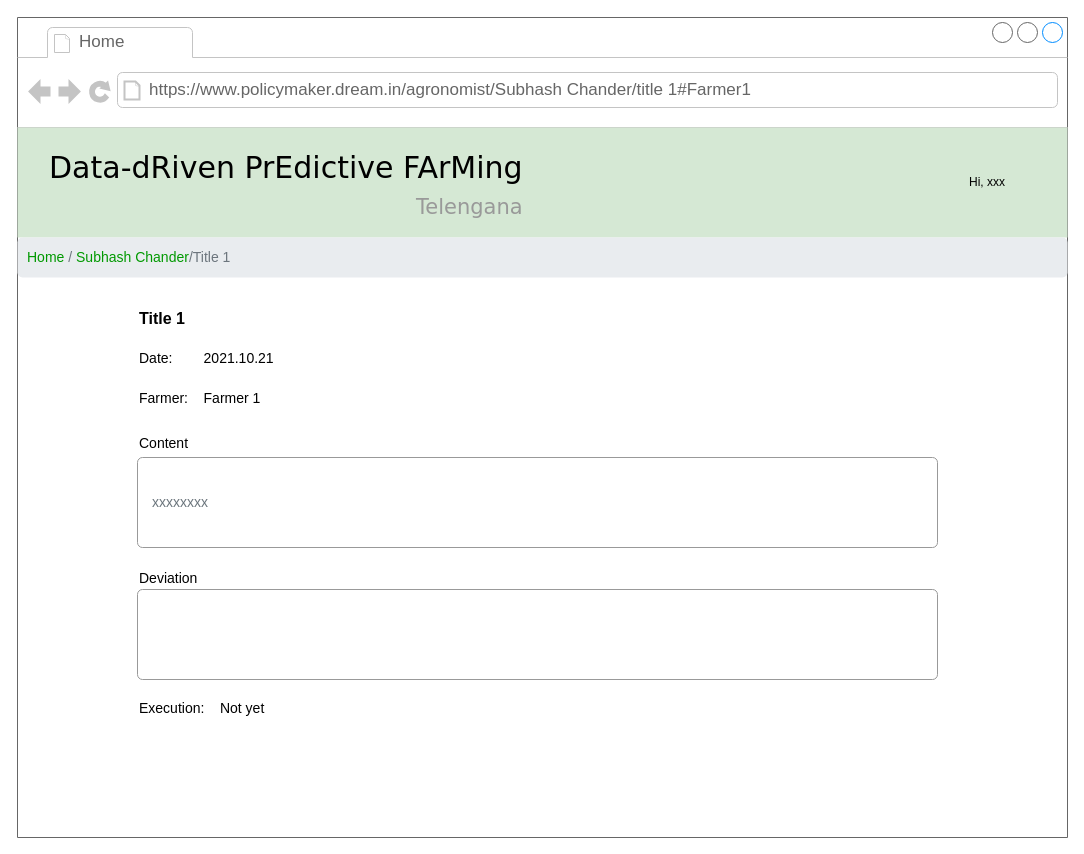
Above: page "pm-daily plan detail" (12 of 26) of RASD/diagrams/User Interface.drawio in ictar/DREAM-SE2-Project-2022 (draw.io), before the change. Source tidied: cells renumbered, new cells numbered last; positions are measured from the earlier drawing's top-left corner, leaving out a move shared by most shapes. Both pictures are drawn from the tidied source at 100%, with x=0, y=0 at pixel (17, 17).
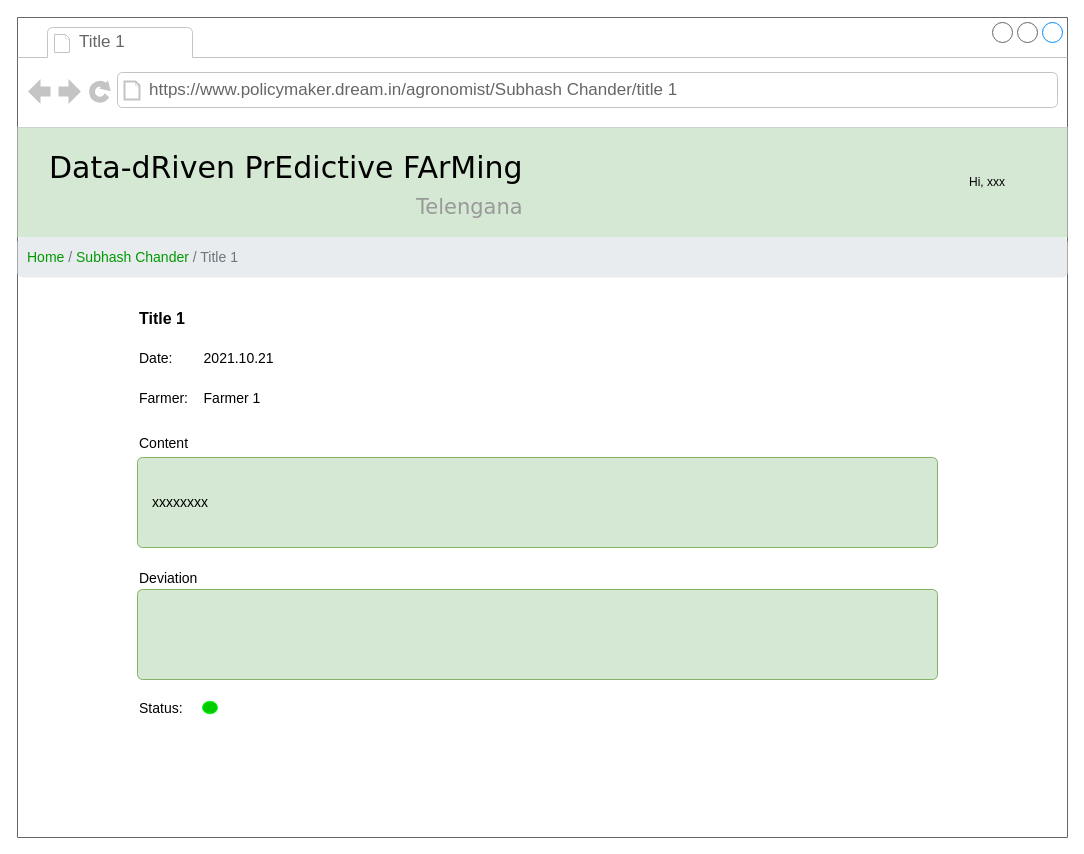
Above is the later version.

Diff of the diagram source:
```diff
@@
 <mxGraphModel background="#ffffff">
   <root>
     <mxCell id="0" />
     <mxCell id="1" parent="0" />
     <mxCell id="2" style="strokeWidth=1;shadow=0;dashed=0;align=center;html=1;shape=mxgraph.mockup.containers.browserWindow;rSize=0;strokeColor=none;mainText=,;rounded=0;labelBackgroundColor=none;fontFamily=Verdana;fontSize=12;" parent="1" vertex="1">
       <mxGeometry width="1050" height="820" as="geometry" />
     </mxCell>
-    <mxCell id="3" value="Home" style="strokeWidth=1;shadow=0;dashed=0;align=center;html=1;shape=mxgraph.mockup.containers.anchor;fontSize=17;fontColor=#666666;align=left;" parent="2" vertex="1">
+    <mxCell id="3" value="Title 1" style="strokeWidth=1;shadow=0;dashed=0;align=center;html=1;shape=mxgraph.mockup.containers.anchor;fontSize=17;fontColor=#666666;align=left;" parent="2" vertex="1">
       <mxGeometry x="60" y="12" width="110" height="26" as="geometry" />
     </mxCell>
-    <mxCell id="4" value="https://www.policymaker.dream.in/agronomist/Subhash Chander/title 1#Farmer1" style="strokeWidth=1;shadow=0;dashed=0;align=center;html=1;shape=mxgraph.mockup.containers.anchor;rSize=0;fontSize=17;fontColor=#666666;align=left;" parent="2" vertex="1">
+    <mxCell id="4" value="https://www.policymaker.dream.in/agronomist/Subhash Chander/title 1" style="strokeWidth=1;shadow=0;dashed=0;align=center;html=1;shape=mxgraph.mockup.containers.anchor;rSize=0;fontSize=17;fontColor=#666666;align=left;" parent="2" vertex="1">
       <mxGeometry x="130" y="60" width="250" height="26" as="geometry" />
     </mxCell>
     <mxCell id="5" value="Title 1" style="fillColor=none;strokeColor=none;align=left;fontSize=16;fontColor=#000000;fontStyle=1;" parent="2" vertex="1">
       <mxGeometry x="120" y="280" width="80" height="40" as="geometry" />
     </mxCell>
     <mxCell id="6" value="Content" style="fillColor=none;strokeColor=none;align=left;fontSize=14;fontColor=#000000;" parent="2" vertex="1">
       <mxGeometry width="260" height="40" relative="1" as="geometry">
         <mxPoint x="120" y="405" as="offset" />
       </mxGeometry>
     </mxCell>
     <mxCell id="7" value="Date:        2021.10.21" style="fillColor=none;strokeColor=none;align=left;fontSize=14;fontColor=#000000;" parent="2" vertex="1">
       <mxGeometry x="120" y="320" width="260" height="40" as="geometry" />
     </mxCell>
     <mxCell id="8" value="Farmer:    Farmer 1" style="fillColor=none;strokeColor=none;align=left;fontSize=14;fontColor=#000000;" parent="2" vertex="1">
       <mxGeometry x="120" y="360" width="260" height="40" as="geometry" />
     </mxCell>
-    <mxCell id="9" value="xxxxxxxx" style="html=1;shadow=0;dashed=0;shape=mxgraph.bootstrap.rrect;rSize=5;fillColor=none;strokeColor=#999999;align=left;spacing=15;fontSize=14;fontColor=#6C767D;" parent="2" vertex="1">
+    <mxCell id="9" value="xxxxxxxx" style="html=1;shadow=0;dashed=0;shape=mxgraph.bootstrap.rrect;rSize=5;fillColor=#d5e8d4;strokeColor=#82b366;align=left;spacing=15;fontSize=14;" parent="2" vertex="1">
       <mxGeometry x="120" y="440" width="800" height="90" as="geometry" />
     </mxCell>
     <mxCell id="10" value="Deviation" style="fillColor=none;strokeColor=none;align=left;fontSize=14;fontColor=#000000;" parent="2" vertex="1">
       <mxGeometry x="120" y="540" width="260" height="40" as="geometry" />
     </mxCell>
-    <mxCell id="11" style="html=1;shadow=0;dashed=0;shape=mxgraph.bootstrap.rrect;rSize=5;fillColor=none;strokeColor=#999999;align=left;spacing=15;fontSize=14;fontColor=#6C767D;" parent="2" vertex="1">
+    <mxCell id="11" style="html=1;shadow=0;dashed=0;shape=mxgraph.bootstrap.rrect;rSize=5;fillColor=#d5e8d4;strokeColor=#82b366;align=left;spacing=15;fontSize=14;" parent="2" vertex="1">
       <mxGeometry x="120" y="572" width="800" height="90" as="geometry" />
     </mxCell>
-    <mxCell id="12" value="Execution:    Not yet" style="fillColor=none;strokeColor=none;align=left;fontSize=14;fontColor=#000000;" parent="2" vertex="1">
+    <mxCell id="12" value="Status:   " style="fillColor=none;strokeColor=none;align=left;fontSize=14;fontColor=#000000;" parent="2" vertex="1">
       <mxGeometry x="120" y="670" width="260" height="40" as="geometry" />
     </mxCell>
+    <mxCell id="18" style="shape=ellipse;fillColor=#00CC00;strokeColor=#00FF00;html=1;align=left;spacingLeft=4;fontSize=17;labelPosition=right;shadow=0;" parent="2" vertex="1">
+      <mxGeometry x="185" y="683.8" width="15" height="12.5" as="geometry" />
+    </mxCell>
     <mxCell id="13" style="group;" parent="1" vertex="1">
       <mxGeometry y="110" width="1050" height="150" as="geometry" />
     </mxCell>
     <mxCell id="14" style="rounded=0;whiteSpace=wrap;html=1;fontSize=21;fillColor=#d5e8d4;strokeColor=none;" parent="13" vertex="1">
       <mxGeometry width="1050" height="110" as="geometry" />
     </mxCell>
     <mxCell id="15" value="Data-dRiven PrEdictive FArMing&lt;br&gt;&lt;div style=&quot;text-align: right&quot;&gt;&lt;font style=&quot;font-size: 21px&quot; color=&quot;#999999&quot;&gt;Telengana&lt;/font&gt;&lt;/div&gt;" style="text;html=1;align=left;verticalAlign=top;spacingTop=-4;fontSize=30;fontFamily=Verdana;" parent="13" vertex="1">
       <mxGeometry x="30" y="20" width="480" height="70" as="geometry" />
     </mxCell>
-    <mxCell id="16" value="&lt;font color=&quot;#009900&quot;&gt;Home&lt;/font&gt;&amp;nbsp;/ &lt;font color=&quot;#009900&quot;&gt;Subhash Chander&lt;/font&gt;/Title 1" style="html=1;shadow=0;dashed=0;shape=mxgraph.bootstrap.rrect;rSize=5;strokeColor=none;strokeWidth=1;fillColor=#E9ECEF;fontColor=#6C757D;whiteSpace=wrap;align=left;verticalAlign=middle;spacingLeft=0;fontStyle=0;fontSize=14;spacing=10;" parent="1" vertex="1">
+    <mxCell id="16" value="&lt;font color=&quot;#009900&quot;&gt;Home&lt;/font&gt;&amp;nbsp;/ &lt;font color=&quot;#009900&quot;&gt;Subhash Chander&amp;nbsp;&lt;/font&gt;/ Title 1" style="html=1;shadow=0;dashed=0;shape=mxgraph.bootstrap.rrect;rSize=5;strokeColor=none;strokeWidth=1;fillColor=#E9ECEF;fontColor=#6C757D;whiteSpace=wrap;align=left;verticalAlign=middle;spacingLeft=0;fontStyle=0;fontSize=14;spacing=10;" parent="1" vertex="1">
       <mxGeometry y="220" width="1050" height="40" as="geometry" />
     </mxCell>
     <mxCell id="17" value="Hi, xxx" style="text;html=1;strokeColor=none;fillColor=none;align=center;verticalAlign=middle;whiteSpace=wrap;rounded=0;fontSize=12;fontColor=#000000;" parent="1" vertex="1">
       <mxGeometry x="940" y="150" width="60" height="30" as="geometry" />
     </mxCell>
   </root>
 </mxGraphModel>
```
